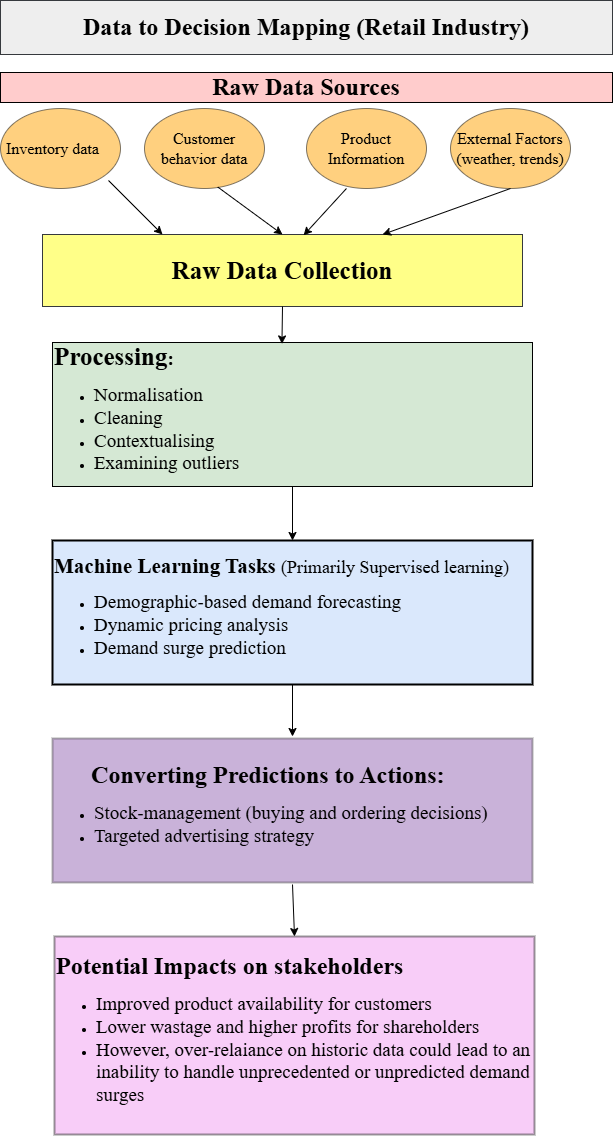
This is DRAFT-AAI_Unit_6_Consol_Act3_.drawio.png from Uchii1/Study-Python, a draw.io export, as it was before one commit. Source tidied: cells renumbered, new cells last; positions are measured from the earlier drawing's top-left corner, leaving out a move shared by most shapes.
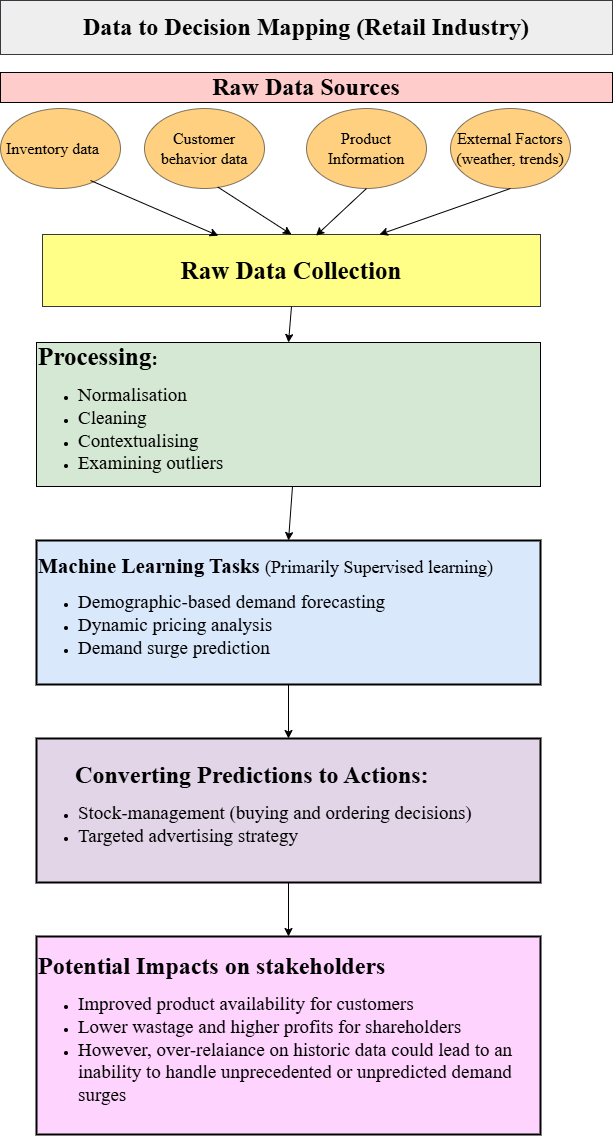
Above is the later version.

Change to the diagram source:
```diff
@@ -3,7 +3,7 @@
     <mxCell id="0" />
     <mxCell id="1" parent="0" />
     <mxCell id="2" value="&lt;p style=&quot;&quot;&gt;&lt;b style=&quot;font-family: &amp;quot;Times New Roman&amp;quot;; background-color: transparent; color: light-dark(rgb(0, 0, 0), rgb(255, 255, 255));&quot;&gt;&lt;font style=&quot;font-size: 25px;&quot;&gt;Raw Data Collection&lt;/font&gt;&lt;/b&gt;&lt;/p&gt;" style="rounded=0;whiteSpace=wrap;html=1;align=center;fillColor=#ffff88;strokeColor=#36393d;" parent="1" vertex="1">
-      <mxGeometry x="42" y="234" width="480" height="72" as="geometry" />
+      <mxGeometry x="42" y="234" width="498" height="72" as="geometry" />
     </mxCell>
     <mxCell id="3" value="&lt;font style=&quot;font-size: 16px;&quot;&gt;Inventory data&lt;span style=&quot;white-space: pre;&quot;&gt;&#9;&lt;/span&gt;&lt;/font&gt;" style="ellipse;whiteSpace=wrap;html=1;fontFamily=Times New Roman;fontSize=18;align=center;fillColor=light-dark(#ffa200, #EDEDED);opacity=50;" parent="1" vertex="1">
       <mxGeometry y="108" width="120" height="80" as="geometry" />
@@ -15,29 +15,31 @@
       <mxGeometry x="306" y="108" width="120" height="80" as="geometry" />
     </mxCell>
     <mxCell id="6" value="&lt;div style=&quot;&quot;&gt;&lt;b style=&quot;background-color: transparent; color: light-dark(rgb(0, 0, 0), rgb(255, 255, 255));&quot;&gt;&lt;font face=&quot;Times New Roman&quot;&gt;&lt;font style=&quot;font-size: 25px;&quot;&gt;Processing&lt;/font&gt;&lt;span style=&quot;font-size: 19px;&quot;&gt;:&amp;nbsp;&lt;/span&gt;&lt;/font&gt;&lt;/b&gt;&lt;/div&gt;&lt;div&gt;&lt;ul&gt;&lt;li&gt;&lt;font style=&quot;font-size: 19px;&quot; face=&quot;Times New Roman&quot;&gt;Normalisation&lt;/font&gt;&lt;/li&gt;&lt;li&gt;&lt;font style=&quot;font-size: 19px;&quot; face=&quot;Times New Roman&quot;&gt;Cleaning&lt;/font&gt;&lt;/li&gt;&lt;li&gt;&lt;font style=&quot;font-size: 19px;&quot; face=&quot;Times New Roman&quot;&gt;Contextualising&lt;/font&gt;&lt;/li&gt;&lt;li&gt;&lt;font style=&quot;font-size: 19px;&quot; face=&quot;Times New Roman&quot;&gt;Examining outliers&lt;/font&gt;&lt;/li&gt;&lt;/ul&gt;&lt;/div&gt;" style="rounded=0;whiteSpace=wrap;html=1;align=left;fillColor=#d5e8d4;strokeColor=#000000;" parent="1" vertex="1">
-      <mxGeometry x="52" y="342" width="480" height="144" as="geometry" />
+      <mxGeometry x="36" y="342" width="504" height="144" as="geometry" />
     </mxCell>
-    <mxCell id="7" value="&lt;div style=&quot;&quot;&gt;&lt;div style=&quot;text-align: center;&quot;&gt;&lt;span style=&quot;background-color: transparent; color: light-dark(rgb(0, 0, 0), rgb(255, 255, 255));&quot;&gt;&lt;font style=&quot;font-weight: bold; font-size: 24px;&quot; face=&quot;Times New Roman&quot;&gt;Converting Predictions to Actions:&amp;nbsp;&lt;/font&gt;&lt;/span&gt;&lt;/div&gt;&lt;div style=&quot;&quot;&gt;&lt;ul&gt;&lt;li&gt;&lt;span style=&quot;font-size: 19px; background-color: transparent; color: light-dark(rgb(0, 0, 0), rgb(255, 255, 255));&quot;&gt;&lt;font face=&quot;Times New Roman&quot;&gt;Stock-management (buying and ordering decisions)&lt;/font&gt;&lt;/span&gt;&lt;/li&gt;&lt;li&gt;&lt;span style=&quot;font-size: 19px;&quot;&gt;&lt;font face=&quot;Times New Roman&quot;&gt;Targeted advertising strategy&lt;/font&gt;&lt;/span&gt;&lt;/li&gt;&lt;/ul&gt;&lt;/div&gt;&lt;/div&gt;" style="rounded=0;whiteSpace=wrap;html=1;align=left;fillColor=light-dark(#4b0082, #392f3f);strokeColor=#000000;opacity=30;gradientColor=none;perimeterSpacing=2;strokeWidth=2;" parent="1" vertex="1">
-      <mxGeometry x="52" y="738" width="480" height="144" as="geometry" />
+    <mxCell id="7" value="&lt;div style=&quot;&quot;&gt;&lt;div style=&quot;text-align: center;&quot;&gt;&lt;span style=&quot;background-color: transparent; color: light-dark(rgb(0, 0, 0), rgb(255, 255, 255));&quot;&gt;&lt;font style=&quot;font-weight: bold; font-size: 24px;&quot; face=&quot;Times New Roman&quot;&gt;Converting Predictions to Actions:&amp;nbsp;&lt;/font&gt;&lt;/span&gt;&lt;/div&gt;&lt;div style=&quot;&quot;&gt;&lt;ul&gt;&lt;li&gt;&lt;span style=&quot;font-size: 19px; background-color: transparent; color: light-dark(rgb(0, 0, 0), rgb(255, 255, 255));&quot;&gt;&lt;font face=&quot;Times New Roman&quot;&gt;Stock-management (buying and ordering decisions)&lt;/font&gt;&lt;/span&gt;&lt;/li&gt;&lt;li&gt;&lt;span style=&quot;font-size: 19px;&quot;&gt;&lt;font face=&quot;Times New Roman&quot;&gt;Targeted advertising strategy&lt;/font&gt;&lt;/span&gt;&lt;/li&gt;&lt;/ul&gt;&lt;/div&gt;&lt;/div&gt;" style="rounded=0;whiteSpace=wrap;html=1;align=left;fillColor=#e1d5e7;strokeColor=light-dark(#000000, #9577a3);perimeterSpacing=0;strokeWidth=2;" parent="1" vertex="1">
+      <mxGeometry x="36" y="738" width="504" height="144" as="geometry" />
     </mxCell>
     <mxCell id="8" value="&lt;div style=&quot;text-align: center;&quot;&gt;&lt;font face=&quot;Times New Roman&quot;&gt;&lt;span style=&quot;background-color: transparent; color: light-dark(rgb(0, 0, 0), rgb(255, 255, 255));&quot;&gt;&lt;font style=&quot;font-weight: bold; font-size: 21px;&quot;&gt;Machine Learning Tasks&lt;/font&gt;&lt;font style=&quot;font-weight: bold; font-size: 21px;&quot;&gt;&amp;nbsp;&lt;/font&gt;&lt;font style=&quot;font-size: 18px;&quot;&gt;(Primarily&amp;nbsp;&lt;/font&gt;&lt;/span&gt;&lt;span style=&quot;background-color: transparent; color: light-dark(rgb(0, 0, 0), rgb(255, 255, 255)); text-align: left;&quot;&gt;&lt;font style=&quot;font-size: 18px;&quot;&gt;Supervised learnin&lt;/font&gt;&lt;font style=&quot;font-size: 18px;&quot;&gt;g)&lt;/font&gt;&lt;/span&gt;&lt;/font&gt;&lt;/div&gt;&lt;div&gt;&lt;ul&gt;&lt;li&gt;&lt;font style=&quot;font-size: 19px;&quot; face=&quot;Times New Roman&quot;&gt;Demographic-based demand forecasting&lt;/font&gt;&lt;/li&gt;&lt;li&gt;&lt;font style=&quot;font-size: 19px;&quot; face=&quot;Times New Roman&quot;&gt;Dynamic pricing analysis&lt;/font&gt;&lt;/li&gt;&lt;li&gt;&lt;font style=&quot;font-size: 19px;&quot; face=&quot;Times New Roman&quot;&gt;Demand surge prediction&lt;/font&gt;&lt;/li&gt;&lt;/ul&gt;&lt;/div&gt;" style="rounded=0;whiteSpace=wrap;html=1;align=left;fillColor=#dae8fc;strokeColor=#000000;strokeWidth=2;" parent="1" vertex="1">
-      <mxGeometry x="52" y="540" width="480" height="144" as="geometry" />
+      <mxGeometry x="36" y="540" width="504" height="144" as="geometry" />
     </mxCell>
-    <mxCell id="9" style="endArrow=classic;html=1;rounded=0;curved=0;entryX=0.25;entryY=0;entryDx=0;entryDy=0;" parent="1" edge="1" target="2">
-      <mxGeometry relative="1" as="geometry">
-        <mxPoint x="108" y="180" as="sourcePoint" />
-      </mxGeometry>
+    <mxCell id="9" style="endArrow=classic;html=1;rounded=0;curved=0;entryX=0.353;entryY=0.017;entryDx=0;entryDy=0;exitX=0.75;exitY=0.9;exitDx=0;exitDy=0;exitPerimeter=0;entryPerimeter=0;" parent="1" edge="1" source="3" target="2">
+      <mxGeometry relative="1" as="geometry" />
     </mxCell>
     <mxCell id="10" style="endArrow=classic;html=1;rounded=0;curved=0;exitX=0.61;exitY=0.981;exitDx=0;exitDy=0;exitPerimeter=0;entryX=0.5;entryY=0;entryDx=0;entryDy=0;" parent="1" edge="1" source="4" target="2">
       <mxGeometry relative="1" as="geometry" />
     </mxCell>
     <mxCell id="11" style="endArrow=classic;html=1;rounded=0;curved=0;exitX=0.5;exitY=1;exitDx=0;exitDy=0;entryX=0.5;entryY=0;entryDx=0;entryDy=0;" parent="1" edge="1" source="6" target="8">
-      <mxGeometry relative="1" as="geometry" />
+      <mxGeometry relative="1" as="geometry">
+        <Array as="points">
+          <mxPoint x="292" y="486" />
+        </Array>
+      </mxGeometry>
     </mxCell>
     <mxCell id="12" style="endArrow=classic;html=1;rounded=0;curved=0;exitX=0.5;exitY=1;exitDx=0;exitDy=0;entryX=0.5;entryY=0;entryDx=0;entryDy=0;" parent="1" edge="1" source="8" target="7">
       <mxGeometry relative="1" as="geometry" />
     </mxCell>
-    <mxCell id="13" style="endArrow=classic;html=1;rounded=0;curved=0;exitX=0.333;exitY=1;exitDx=0;exitDy=0;exitPerimeter=0;entryX=0.544;entryY=0.011;entryDx=0;entryDy=0;entryPerimeter=0;" parent="1" edge="1" source="5" target="2">
+    <mxCell id="13" style="endArrow=classic;html=1;rounded=0;curved=0;exitX=0.5;exitY=1;exitDx=0;exitDy=0;entryX=0.549;entryY=0.017;entryDx=0;entryDy=0;entryPerimeter=0;" parent="1" edge="1" source="5" target="2">
       <mxGeometry relative="1" as="geometry" />
     </mxCell>
     <mxCell id="14" value="&lt;font face=&quot;Times New Roman&quot;&gt;Raw Data Sources&lt;/font&gt;" style="text;html=1;whiteSpace=wrap;strokeColor=light-dark(#000000, #5c79a3);fillColor=#FFCCCC;align=center;verticalAlign=middle;rounded=0;fontSize=24;fontStyle=1;fillStyle=solid;" parent="1" vertex="1">
@@ -46,22 +48,24 @@
     <mxCell id="15" value="&lt;span style=&quot;font-family: &amp;quot;Times New Roman&amp;quot;; text-align: left;&quot;&gt;&lt;font style=&quot;font-size: 16px;&quot;&gt;External Factors (weather, trends)&lt;/font&gt;&lt;/span&gt;" style="ellipse;whiteSpace=wrap;html=1;fillColor=light-dark(#ffa200, #EDEDED);opacity=50;" parent="1" vertex="1">
       <mxGeometry x="450" y="108" width="120" height="80" as="geometry" />
     </mxCell>
-    <mxCell id="16" style="endArrow=classic;html=1;rounded=0;curved=0;exitX=0.5;exitY=1;exitDx=0;exitDy=0;" parent="1" edge="1" source="15" target="2">
-      <mxGeometry relative="1" as="geometry" />
+    <mxCell id="16" style="endArrow=classic;html=1;rounded=0;curved=0;exitX=0.5;exitY=1;exitDx=0;exitDy=0;" parent="1" edge="1" source="15">
+      <mxGeometry relative="1" as="geometry">
+        <mxPoint x="379" y="234" as="targetPoint" />
+      </mxGeometry>
     </mxCell>
-    <mxCell id="17" value="&lt;div style=&quot;&quot;&gt;&lt;b style=&quot;font-family: &amp;quot;Times New Roman&amp;quot;; background-color: transparent; color: light-dark(rgb(0, 0, 0), rgb(255, 255, 255));&quot;&gt;&lt;font style=&quot;font-size: 24px;&quot;&gt;Potential Impacts on stakeholders&lt;/font&gt;&lt;/b&gt;&lt;/div&gt;&lt;div&gt;&lt;ul&gt;&lt;li&gt;&lt;font face=&quot;Times New Roman&quot; style=&quot;font-size: 19px;&quot;&gt;Improved product availability for customers&lt;/font&gt;&lt;/li&gt;&lt;li&gt;&lt;font face=&quot;Times New Roman&quot; style=&quot;font-size: 19px;&quot;&gt;Lower wastage and higher profits for shareholders&lt;/font&gt;&lt;/li&gt;&lt;li&gt;&lt;font face=&quot;Times New Roman&quot;&gt;&lt;span style=&quot;font-size: 19px;&quot;&gt;However, over-relaiance on historic data could lead to an inability to handle unprecedented or unpredicted demand surges&lt;/span&gt;&lt;/font&gt;&lt;/li&gt;&lt;/ul&gt;&lt;/div&gt;" style="rounded=0;whiteSpace=wrap;html=1;align=left;fillColor=#EE82EE;opacity=40;strokeWidth=2;" parent="1" vertex="1">
-      <mxGeometry x="54" y="936" width="480" height="198" as="geometry" />
+    <mxCell id="17" value="&lt;div style=&quot;&quot;&gt;&lt;b style=&quot;font-family: &amp;quot;Times New Roman&amp;quot;; background-color: transparent; color: light-dark(rgb(0, 0, 0), rgb(255, 255, 255));&quot;&gt;&lt;font style=&quot;font-size: 24px;&quot;&gt;Potential Impacts on stakeholders&lt;/font&gt;&lt;/b&gt;&lt;/div&gt;&lt;div&gt;&lt;ul&gt;&lt;li&gt;&lt;font face=&quot;Times New Roman&quot; style=&quot;font-size: 19px;&quot;&gt;Improved product availability for customers&lt;/font&gt;&lt;/li&gt;&lt;li&gt;&lt;font face=&quot;Times New Roman&quot; style=&quot;font-size: 19px;&quot;&gt;Lower wastage and higher profits for shareholders&lt;/font&gt;&lt;/li&gt;&lt;li&gt;&lt;font face=&quot;Times New Roman&quot;&gt;&lt;span style=&quot;font-size: 19px;&quot;&gt;However, over-relaiance on historic data could lead to an inability to handle unprecedented or unpredicted demand surges&lt;/span&gt;&lt;/font&gt;&lt;/li&gt;&lt;/ul&gt;&lt;/div&gt;" style="rounded=0;whiteSpace=wrap;html=1;align=left;fillColor=#FED4FF;strokeWidth=2;strokeColor=light-dark(#000000,#EC8F82);" parent="1" vertex="1">
+      <mxGeometry x="36" y="936" width="504" height="198" as="geometry" />
     </mxCell>
-    <mxCell id="18" style="endArrow=classic;html=1;rounded=0;curved=0;exitX=0.5;exitY=1;exitDx=0;exitDy=0;entryX=0.478;entryY=0.01;entryDx=0;entryDy=0;entryPerimeter=0;" parent="1" edge="1" source="2" target="6">
-      <mxGeometry relative="1" as="geometry" />
+    <mxCell id="18" style="endArrow=classic;html=1;rounded=0;curved=0;exitX=0.5;exitY=1;exitDx=0;exitDy=0;" parent="1" edge="1" source="2">
+      <mxGeometry relative="1" as="geometry">
+        <mxPoint x="288" y="342" as="targetPoint" />
+      </mxGeometry>
     </mxCell>
-    <mxCell id="19" style="endArrow=classic;html=1;rounded=0;curved=0;exitX=0.5;exitY=1;exitDx=0;exitDy=0;" parent="1" edge="1" source="7">
-      <mxGeometry relative="1" as="geometry">
-        <mxPoint x="294" y="936" as="targetPoint" />
-      </mxGeometry>
-    </mxCell>
     <mxCell id="20" value="&lt;span style=&quot;font-size: 24px; font-weight: 700;&quot;&gt;&lt;font face=&quot;Times New Roman&quot;&gt;Data to Decision Mapping (Retail Industry)&lt;/font&gt;&lt;/span&gt;" style="rounded=0;whiteSpace=wrap;html=1;fillColor=#eeeeee;strokeColor=#36393d;" parent="1" vertex="1">
       <mxGeometry width="612" height="54" as="geometry" />
     </mxCell>
+    <mxCell id="21" style="endArrow=classic;html=1;rounded=0;curved=0;exitX=0.5;exitY=1;exitDx=0;exitDy=0;entryX=0.5;entryY=0;entryDx=0;entryDy=0;" parent="1" edge="1" source="7" target="17">
+      <mxGeometry relative="1" as="geometry" />
+    </mxCell>
   </root>
 </mxGraphModel>
```
